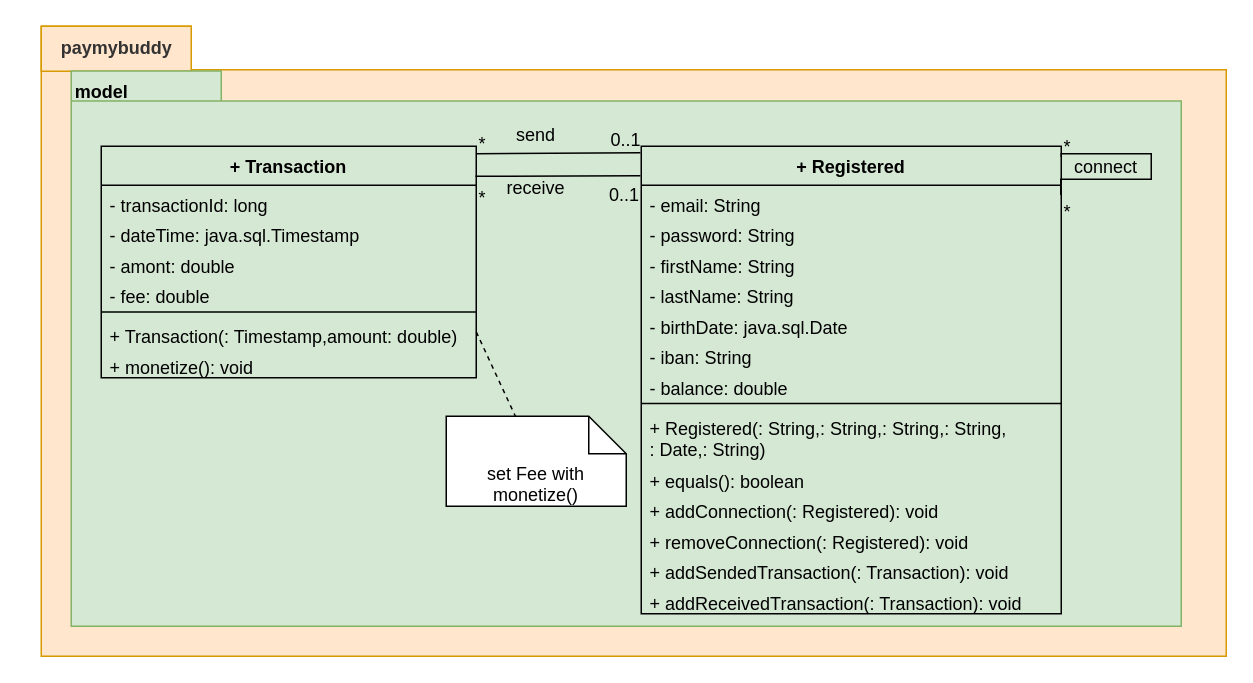
Earlier version of the draw.io diagram page "Model classes" (2 of 3) of UML/payMyBuddyUML.drawio (emmo78/com.paymybuddy.paymybuddy). Source tidied: cells renumbered, new cells numbered last; positions are measured from the earlier drawing's top-left corner, leaving out a move shared by most shapes. Both pictures are drawn from the tidied source at 150%, with x=0, y=0 at pixel (26, 26).
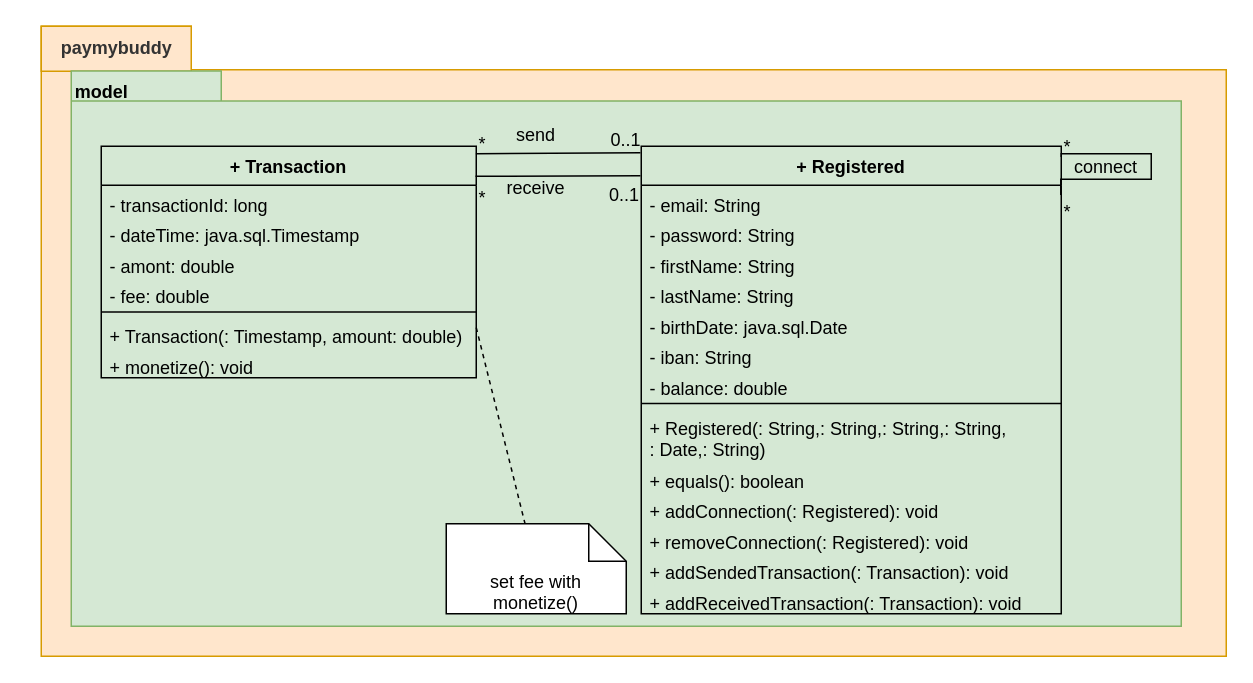
The same page after the edit.

The change refers to these unchanged cells:
```xml
<mxCell id="21" value="+ Transaction" style="swimlane;fontStyle=1;align=center;verticalAlign=top;horizontal=1;startSize=26;fillColor=#d5e8d4;strokeColor=#000000;" parent="1" vertex="1">
  <mxGeometry x="50" y="80" width="250" height="154.3" as="geometry" />
</mxCell>
```

Change to the diagram source:
```diff
@@
-    <mxCell id="27" value="+ Transaction(: Timestamp,amount: double)" style="text;strokeColor=none;fillColor=none;align=left;verticalAlign=top;spacingLeft=4;spacingRight=4;overflow=hidden;points=[[0,0.5],[1,0.5]];portConstraint=eastwest;" parent="21" vertex="1">
+    <mxCell id="27" value="+ Transaction(: Timestamp, amount: double)" style="text;strokeColor=none;fillColor=none;align=left;verticalAlign=top;spacingLeft=4;spacingRight=4;overflow=hidden;points=[[0,0.5],[1,0.5]];portConstraint=eastwest;" parent="21" vertex="1">
       <mxGeometry y="113.6" width="250" height="20.3" as="geometry" />
     </mxCell>
@@
-    <mxCell id="41" value="set Fee with monetize()" style="shape=note2;boundedLbl=1;whiteSpace=wrap;html=1;size=25;verticalAlign=top;align=center;" parent="1" vertex="1">
-      <mxGeometry x="280" y="260" width="120" height="60" as="geometry" />
+    <mxCell id="41" value="set fee with monetize()" style="shape=note2;boundedLbl=1;whiteSpace=wrap;html=1;size=25;verticalAlign=top;align=center;" parent="1" vertex="1">
+      <mxGeometry x="280" y="331.7" width="120" height="60" as="geometry" />
     </mxCell>
-    <mxCell id="42" style="endArrow=none;dashed=1;html=1;rounded=0;exitX=1;exitY=0.5;exitDx=0;exitDy=0;" parent="1" edge="1" source="27" target="41">
+    <mxCell id="42" style="endArrow=none;dashed=1;html=1;rounded=0;exitX=1;exitY=0.362;exitDx=0;exitDy=0;exitPerimeter=0;" parent="1" edge="1" source="27" target="41">
       <mxGeometry relative="1" as="geometry" />
     </mxCell>
```
